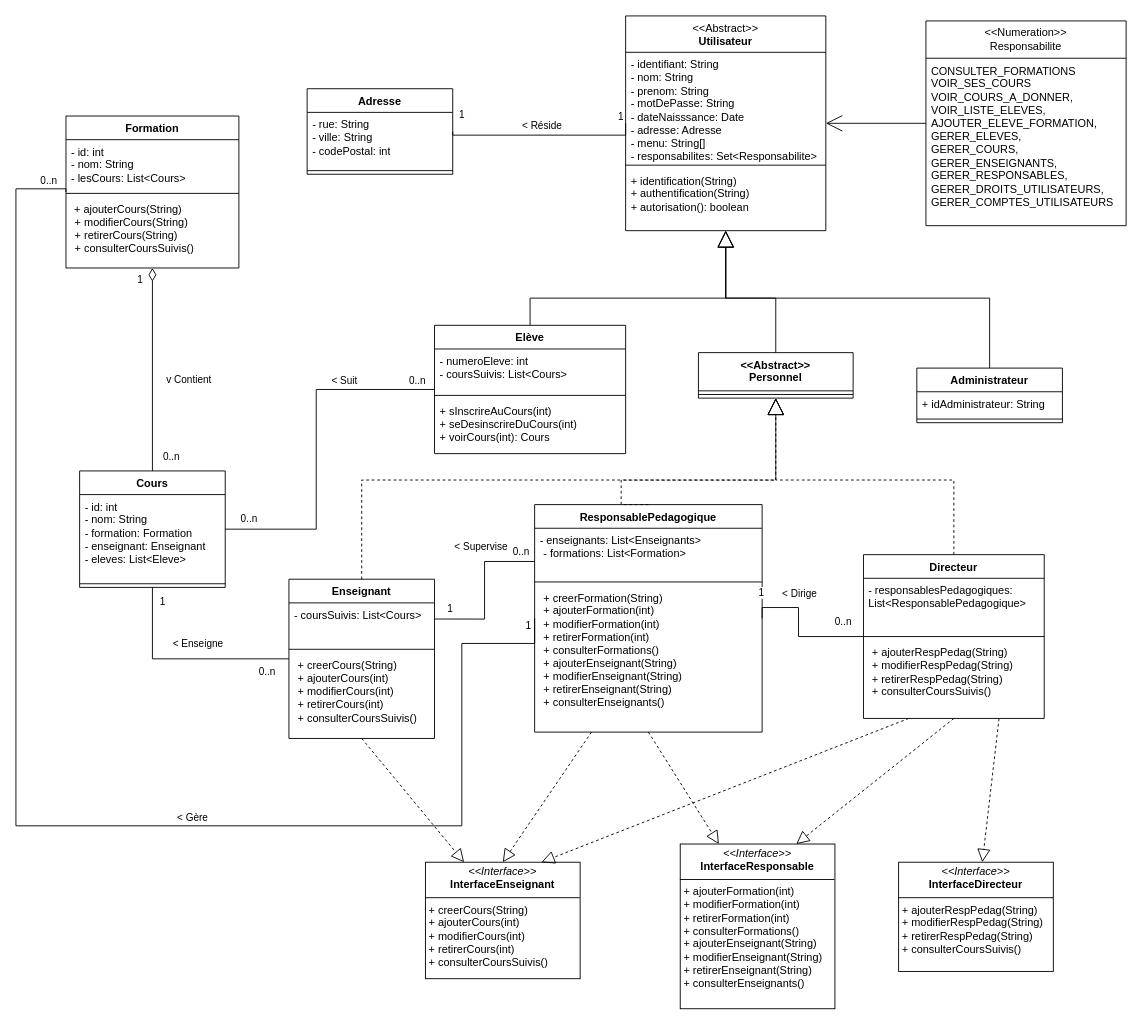
Earlier version of the draw.io diagram DiagrammeClasse.drawio (severinehmfms/UML_Ecole). Source tidied: cells renumbered, new cells numbered last; positions are measured from the earlier drawing's top-left corner, leaving out a move shared by most shapes. Both pictures are drawn from the tidied source at 91%, with x=0, y=0 at pixel (15, 15).
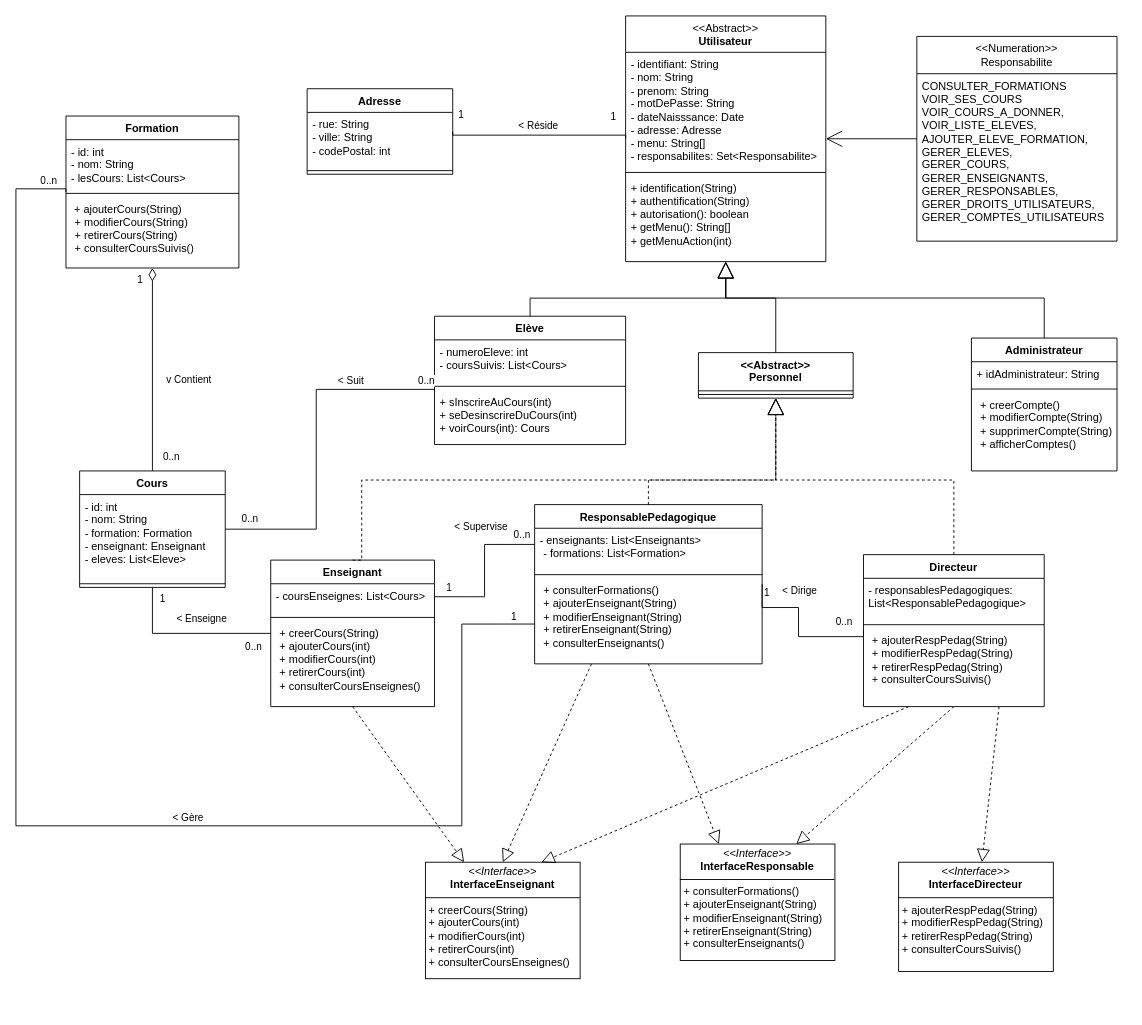
Above is the later version.

Commit message (it also covers changes not shown here):
Création de cours dans le diagramme de classes

The change refers to these unchanged cells:
```xml
<mxCell id="43" style="edgeStyle=orthogonalEdgeStyle;rounded=0;jettySize=auto;html=1;exitX=0;exitY=0.5;exitDx=0;exitDy=0;entryX=1;entryY=0.5;entryDx=0;entryDy=0;endArrow=none;endFill=0;" parent="1" edge="1" source="47" target="39">
  <mxGeometry relative="1" as="geometry">
    <Array as="points">
      <mxPoint x="860" y="682.1" />
      <mxPoint x="860" y="650.1" />
      <mxPoint x="820" y="650.1" />
    </Array>
  </mxGeometry>
</mxCell>
<mxCell id="51" value="Formation" style="swimlane;fontStyle=1;align=center;verticalAlign=top;horizontal=1;startSize=26;whiteSpace=wrap;html=1;" parent="1" vertex="1">
  <mxGeometry x="55" y="110" width="190" height="167" as="geometry" />
</mxCell>
<mxCell id="71" value="&lt;div&gt;&amp;lt;&amp;lt;Abstract&amp;gt;&amp;gt;&lt;/div&gt;Personnel" style="swimlane;fontStyle=1;align=center;verticalAlign=top;horizontal=1;startSize=42;whiteSpace=wrap;html=1;" parent="1" vertex="1">
  <mxGeometry x="750" y="370" width="170" height="50" as="geometry" />
</mxCell>
```

Change to the diagram source:
```diff
@@
     <mxCell id="2" value="Elève" style="swimlane;fontStyle=1;align=center;verticalAlign=top;horizontal=1;startSize=26;whiteSpace=wrap;html=1;" parent="1" vertex="1">
-      <mxGeometry x="460" y="340" width="210" height="141" as="geometry" />
+      <mxGeometry x="460" y="330" width="210" height="141" as="geometry" />
     </mxCell>
@@
     <mxCell id="16" value="Administrateur" style="swimlane;fontStyle=1;align=center;verticalAlign=top;horizontal=1;startSize=26;whiteSpace=wrap;html=1;" parent="1" vertex="1">
-      <mxGeometry x="990" y="387" width="160" height="60" as="geometry" />
+      <mxGeometry x="1050" y="354" width="160" height="146" as="geometry" />
     </mxCell>
@@
+    <mxCell id="81" value="&lt;div&gt;&lt;p style=&quot;margin: 0px 0px 0px 4px;&quot;&gt;+ creerCompte()&lt;/p&gt;&lt;p style=&quot;margin: 0px 0px 0px 4px;&quot;&gt;+ modifierCompte(String)&lt;/p&gt;&lt;p style=&quot;margin: 0px 0px 0px 4px;&quot;&gt;+ supprimerCompte(String)&lt;/p&gt;&lt;p style=&quot;margin: 0px 0px 0px 4px;&quot;&gt;+ afficherComptes()&lt;/p&gt;&lt;/div&gt;" style="text;strokeColor=none;fillColor=none;align=left;verticalAlign=top;spacingLeft=4;spacingRight=4;overflow=hidden;whiteSpace=wrap;html=1;" parent="16" vertex="1">
+      <mxGeometry y="60" width="160" height="86" as="geometry" />
+    </mxCell>
     <mxCell id="19" value="&lt;div&gt;&lt;span style=&quot;font-weight: normal;&quot;&gt;&amp;lt;&amp;lt;Abstract&amp;gt;&amp;gt;&lt;/span&gt;&lt;/div&gt;Utilisateur" style="swimlane;fontStyle=1;align=center;verticalAlign=top;horizontal=1;startSize=40;whiteSpace=wrap;html=1;" parent="1" vertex="1">
-      <mxGeometry x="670" width="220" height="236" as="geometry" />
+      <mxGeometry x="670" width="220" height="270" as="geometry" />
     </mxCell>
     <mxCell id="20" value="&lt;div&gt;&lt;span style=&quot;background-color: transparent; color: light-dark(rgb(0, 0, 0), rgb(255, 255, 255));&quot;&gt;- identifiant: String&lt;/span&gt;&lt;/div&gt;&lt;div&gt;&lt;span style=&quot;background-color: transparent; color: light-dark(rgb(0, 0, 0), rgb(255, 255, 255));&quot;&gt;- nom: String&lt;/span&gt;&lt;/div&gt;&lt;div&gt;- prenom: String&lt;/div&gt;&lt;div&gt;- motDePasse: String&lt;/div&gt;&lt;div&gt;- dateNaisssance: Date&lt;/div&gt;&lt;div&gt;- adresse: Adresse&lt;/div&gt;&lt;div&gt;- menu: String[]&lt;/div&gt;&lt;div&gt;- responsabilites:&amp;nbsp;Set&amp;lt;Responsabilite&amp;gt;&lt;/div&gt;" style="text;strokeColor=none;fillColor=none;align=left;verticalAlign=top;spacingLeft=4;spacingRight=4;overflow=hidden;whiteSpace=wrap;html=1;" parent="19" vertex="1">
-      <mxGeometry y="40" width="220" height="120" as="geometry" />
+      <mxGeometry y="40" width="220" height="128" as="geometry" />
     </mxCell>
     <mxCell id="21" style="line;strokeWidth=1;fillColor=none;align=left;verticalAlign=middle;spacingTop=-1;spacingLeft=3;spacingRight=3;labelPosition=right;strokeColor=inherit;" parent="19" vertex="1">
-      <mxGeometry y="160" width="220" height="8" as="geometry" />
+      <mxGeometry y="168" width="220" height="8" as="geometry" />
     </mxCell>
-    <mxCell id="22" value="&lt;div&gt;&lt;span style=&quot;background-color: transparent; color: light-dark(rgb(0, 0, 0), rgb(255, 255, 255));&quot;&gt;+ identification(String)&lt;/span&gt;&lt;/div&gt;&lt;div&gt;+ authentification(String)&lt;/div&gt;&lt;div&gt;+ autorisation(): boolean&lt;/div&gt;" style="text;strokeColor=none;fillColor=none;align=left;verticalAlign=top;spacingLeft=4;spacingRight=4;overflow=hidden;whiteSpace=wrap;html=1;" parent="19" vertex="1">
-      <mxGeometry y="168" width="220" height="68" as="geometry" />
+    <mxCell id="22" value="&lt;div&gt;&lt;span style=&quot;background-color: transparent; color: light-dark(rgb(0, 0, 0), rgb(255, 255, 255));&quot;&gt;+ identification(String)&lt;/span&gt;&lt;/div&gt;&lt;div&gt;+ authentification(String)&lt;/div&gt;&lt;div&gt;+ autorisation(): boolean&lt;/div&gt;&lt;div&gt;+ getMenu(): String[]&lt;/div&gt;&lt;div&gt;+ getMenuAction(int)&lt;/div&gt;" style="text;strokeColor=none;fillColor=none;align=left;verticalAlign=top;spacingLeft=4;spacingRight=4;overflow=hidden;whiteSpace=wrap;html=1;" parent="19" vertex="1">
+      <mxGeometry y="176" width="220" height="94" as="geometry" />
     </mxCell>
@@
     <mxCell id="27" value="Enseignant" style="swimlane;fontStyle=1;align=center;verticalAlign=top;horizontal=1;startSize=26;whiteSpace=wrap;html=1;" parent="1" vertex="1">
-      <mxGeometry x="300" y="619" width="160" height="175" as="geometry" />
+      <mxGeometry x="280" y="598" width="180" height="161" as="geometry" />
     </mxCell>
-    <mxCell id="28" value="&lt;div&gt;- coursSuivis: List&amp;lt;Cours&amp;gt;&lt;/div&gt;" style="text;strokeColor=none;fillColor=none;align=left;verticalAlign=top;spacingLeft=4;spacingRight=4;overflow=hidden;whiteSpace=wrap;html=1;" parent="27" vertex="1">
-      <mxGeometry y="26" width="160" height="47" as="geometry" />
+    <mxCell id="28" value="&lt;div&gt;- coursEnseignes: List&amp;lt;Cours&amp;gt;&lt;/div&gt;" style="text;strokeColor=none;fillColor=none;align=left;verticalAlign=top;spacingLeft=4;spacingRight=4;overflow=hidden;whiteSpace=wrap;html=1;" parent="27" vertex="1">
+      <mxGeometry y="26" width="180" height="33" as="geometry" />
     </mxCell>
     <mxCell id="29" style="line;strokeWidth=1;fillColor=none;align=left;verticalAlign=middle;spacingTop=-1;spacingLeft=3;spacingRight=3;labelPosition=right;strokeColor=inherit;" parent="27" vertex="1">
-      <mxGeometry y="73" width="160" height="8" as="geometry" />
+      <mxGeometry y="59" width="180" height="8" as="geometry" />
     </mxCell>
-    <mxCell id="30" value="&lt;div&gt;&lt;p style=&quot;margin: 0px 0px 0px 4px;&quot;&gt;+ creerCours(String)&lt;/p&gt;&lt;p style=&quot;margin: 0px 0px 0px 4px;&quot;&gt;+ ajouterCours(int)&lt;/p&gt;&lt;p style=&quot;margin: 0px 0px 0px 4px;&quot;&gt;+ modifierCours(int)&lt;/p&gt;&lt;p style=&quot;margin: 0px 0px 0px 4px;&quot;&gt;+ retirerCours(int)&lt;/p&gt;&lt;p style=&quot;margin: 0px 0px 0px 4px;&quot;&gt;+ consulterCoursSuivis()&lt;/p&gt;&lt;/div&gt;" style="text;strokeColor=none;fillColor=none;align=left;verticalAlign=top;spacingLeft=4;spacingRight=4;overflow=hidden;whiteSpace=wrap;html=1;" parent="27" vertex="1">
-      <mxGeometry y="81" width="160" height="94" as="geometry" />
+    <mxCell id="30" value="&lt;div&gt;&lt;p style=&quot;margin: 0px 0px 0px 4px;&quot;&gt;+ creerCours(String)&lt;/p&gt;&lt;p style=&quot;margin: 0px 0px 0px 4px;&quot;&gt;+ ajouterCours(int)&lt;/p&gt;&lt;p style=&quot;margin: 0px 0px 0px 4px;&quot;&gt;+ modifierCours(int)&lt;/p&gt;&lt;p style=&quot;margin: 0px 0px 0px 4px;&quot;&gt;+ retirerCours(int)&lt;/p&gt;&lt;p style=&quot;margin: 0px 0px 0px 4px;&quot;&gt;+ consulterCoursEnseignes()&lt;/p&gt;&lt;/div&gt;" style="text;strokeColor=none;fillColor=none;align=left;verticalAlign=top;spacingLeft=4;spacingRight=4;overflow=hidden;whiteSpace=wrap;html=1;" parent="27" vertex="1">
+      <mxGeometry y="67" width="180" height="94" as="geometry" />
     </mxCell>
-    <mxCell id="31" style="edgeStyle=orthogonalEdgeStyle;rounded=0;jettySize=auto;html=1;exitX=0;exitY=0.5;exitDx=0;exitDy=0;entryX=0;entryY=0.5;entryDx=0;entryDy=0;startArrow=none;startFill=0;endArrow=none;endFill=0;" parent="1" edge="1" source="39" target="51">
+    <mxCell id="31" style="edgeStyle=orthogonalEdgeStyle;rounded=0;jettySize=auto;html=1;exitX=0;exitY=0.75;exitDx=0;exitDy=0;entryX=0;entryY=0.5;entryDx=0;entryDy=0;startArrow=none;startFill=0;endArrow=none;endFill=0;" parent="1" edge="1" source="39" target="51">
       <mxGeometry relative="1" as="geometry">
         <Array as="points">
-          <mxPoint x="490" y="689.6" />
+          <mxPoint x="490" y="668.3" />
           <mxPoint x="490" y="890" />
           <mxPoint y="890" />
           <mxPoint y="190" />
           <mxPoint x="55" y="190" />
         </Array>
       </mxGeometry>
     </mxCell>
@@
     <mxCell id="39" value="ResponsablePedagogique" style="swimlane;fontStyle=1;align=center;verticalAlign=top;horizontal=1;startSize=26;whiteSpace=wrap;html=1;" parent="1" vertex="1">
-      <mxGeometry x="570" y="537" width="250" height="250" as="geometry" />
+      <mxGeometry x="570" y="537" width="250" height="175" as="geometry" />
     </mxCell>
     <mxCell id="40" value="&lt;div&gt;&lt;span style=&quot;background-color: transparent; color: light-dark(rgb(0, 0, 0), rgb(255, 255, 255));&quot;&gt;- enseignants: List&amp;lt;Enseignants&amp;gt;&lt;/span&gt;&lt;div&gt;&lt;p style=&quot;margin: 0px 0px 0px 4px;&quot;&gt;- formations: List&amp;lt;Formation&amp;gt;&lt;/p&gt;&lt;/div&gt;&lt;/div&gt;" style="text;strokeColor=none;fillColor=none;align=left;verticalAlign=top;spacingLeft=4;spacingRight=4;overflow=hidden;whiteSpace=wrap;html=1;" parent="39" vertex="1">
-      <mxGeometry y="26" width="250" height="55" as="geometry" />
+      <mxGeometry y="26" width="250" height="47" as="geometry" />
     </mxCell>
     <mxCell id="41" style="line;strokeWidth=1;fillColor=none;align=left;verticalAlign=middle;spacingTop=-1;spacingLeft=3;spacingRight=3;labelPosition=right;strokeColor=inherit;" parent="39" vertex="1">
-      <mxGeometry y="81" width="250" height="8" as="geometry" />
+      <mxGeometry y="73" width="250" height="8" as="geometry" />
     </mxCell>
-    <mxCell id="42" value="&lt;p style=&quot;margin: 0px 0px 0px 4px;&quot;&gt;+ creerFormation(String)&lt;/p&gt;&lt;p style=&quot;margin: 0px 0px 0px 4px;&quot;&gt;+ ajouterFormation(int)&lt;/p&gt;&lt;p style=&quot;margin: 0px 0px 0px 4px;&quot;&gt;+ modifierFormation(int)&lt;/p&gt;&lt;p style=&quot;margin: 0px 0px 0px 4px;&quot;&gt;+ retirerFormation(int)&lt;/p&gt;&lt;p style=&quot;margin: 0px 0px 0px 4px;&quot;&gt;+ consulterFormations()&lt;/p&gt;&lt;p style=&quot;margin: 0px 0px 0px 4px;&quot;&gt;+ ajouterEnseignant(String)&lt;/p&gt;&lt;p style=&quot;margin: 0px 0px 0px 4px;&quot;&gt;+ modifierEnseignant(String)&lt;/p&gt;&lt;p style=&quot;margin: 0px 0px 0px 4px;&quot;&gt;+ retirerEnseignant(String)&lt;/p&gt;&lt;p style=&quot;margin: 0px 0px 0px 4px;&quot;&gt;+ consulterEnseignants()&lt;/p&gt;" style="text;strokeColor=none;fillColor=none;align=left;verticalAlign=top;spacingLeft=4;spacingRight=4;overflow=hidden;whiteSpace=wrap;html=1;" parent="39" vertex="1">
-      <mxGeometry y="89" width="250" height="161" as="geometry" />
+    <mxCell id="42" value="&lt;p style=&quot;margin: 0px 0px 0px 4px;&quot;&gt;&lt;span style=&quot;background-color: transparent; color: light-dark(rgb(0, 0, 0), rgb(255, 255, 255));&quot;&gt;+ consulterFormations()&lt;/span&gt;&lt;/p&gt;&lt;p style=&quot;margin: 0px 0px 0px 4px;&quot;&gt;+ ajouterEnseignant(String)&lt;/p&gt;&lt;p style=&quot;margin: 0px 0px 0px 4px;&quot;&gt;+ modifierEnseignant(String)&lt;/p&gt;&lt;p style=&quot;margin: 0px 0px 0px 4px;&quot;&gt;+ retirerEnseignant(String)&lt;/p&gt;&lt;p style=&quot;margin: 0px 0px 0px 4px;&quot;&gt;+ consulterEnseignants()&lt;/p&gt;" style="text;strokeColor=none;fillColor=none;align=left;verticalAlign=top;spacingLeft=4;spacingRight=4;overflow=hidden;whiteSpace=wrap;html=1;" parent="39" vertex="1">
+      <mxGeometry y="81" width="250" height="94" as="geometry" />
     </mxCell>
@@
     <mxCell id="44" value="1" style="edgeLabel;html=1;align=center;verticalAlign=middle;" parent="43" vertex="1">
       <mxGeometry x="0.71" relative="1" as="geometry">
-        <mxPoint x="-12" y="-17" as="offset" />
+        <mxPoint x="4" y="-17" as="offset" />
       </mxGeometry>
     </mxCell>
@@
     <mxCell id="47" value="Directeur" style="swimlane;fontStyle=1;align=center;verticalAlign=top;horizontal=1;startSize=26;whiteSpace=wrap;html=1;" parent="1" vertex="1">
-      <mxGeometry x="931.4" y="592" width="198.6" height="180" as="geometry" />
+      <mxGeometry x="931.4" y="592" width="198.6" height="167" as="geometry" />
     </mxCell>
     <mxCell id="48" value="&lt;div&gt;- responsablesPedagogiques: List&amp;lt;ResponsablePedagogique&amp;gt;&lt;/div&gt;" style="text;strokeColor=none;fillColor=none;align=left;verticalAlign=top;spacingLeft=4;spacingRight=4;overflow=hidden;whiteSpace=wrap;html=1;" parent="47" vertex="1">
-      <mxGeometry y="26" width="198.6" height="60" as="geometry" />
+      <mxGeometry y="26" width="198.6" height="47" as="geometry" />
     </mxCell>
     <mxCell id="49" style="line;strokeWidth=1;fillColor=none;align=left;verticalAlign=middle;spacingTop=-1;spacingLeft=3;spacingRight=3;labelPosition=right;strokeColor=inherit;" parent="47" vertex="1">
-      <mxGeometry y="86" width="198.6" height="8" as="geometry" />
+      <mxGeometry y="73" width="198.6" height="8" as="geometry" />
     </mxCell>
     <mxCell id="50" value="&lt;div&gt;&lt;p style=&quot;margin: 0px 0px 0px 4px;&quot;&gt;&lt;span style=&quot;background-color: transparent; color: light-dark(rgb(0, 0, 0), rgb(255, 255, 255));&quot;&gt;+ ajouterRespPedag(&lt;/span&gt;String&lt;span style=&quot;background-color: transparent; color: light-dark(rgb(0, 0, 0), rgb(255, 255, 255));&quot;&gt;)&lt;/span&gt;&lt;/p&gt;&lt;p style=&quot;margin: 0px 0px 0px 4px;&quot;&gt;+ modifierRespPedag(String)&lt;/p&gt;&lt;p style=&quot;margin: 0px 0px 0px 4px;&quot;&gt;+ retirerRespPedag(String)&lt;/p&gt;&lt;p style=&quot;margin: 0px 0px 0px 4px;&quot;&gt;+ consulterCoursSuivis()&lt;/p&gt;&lt;/div&gt;" style="text;strokeColor=none;fillColor=none;align=left;verticalAlign=top;spacingLeft=4;spacingRight=4;overflow=hidden;whiteSpace=wrap;html=1;" parent="47" vertex="1">
-      <mxGeometry y="94" width="198.6" height="86" as="geometry" />
+      <mxGeometry y="81" width="198.6" height="86" as="geometry" />
     </mxCell>
@@
-    <mxCell id="62" value="&lt;p style=&quot;margin:0px;margin-top:4px;text-align:center;&quot;&gt;&lt;i&gt;&amp;lt;&amp;lt;Interface&amp;gt;&amp;gt;&lt;/i&gt;&lt;br&gt;&lt;b&gt;InterfaceEnseignant&lt;/b&gt;&lt;/p&gt;&lt;hr size=&quot;1&quot; style=&quot;border-style:solid;&quot;&gt;&lt;p style=&quot;margin:0px;margin-left:4px;&quot;&gt;+ creerCours(String)&lt;/p&gt;&lt;p style=&quot;margin:0px;margin-left:4px;&quot;&gt;+ ajouterCours(int)&lt;/p&gt;&lt;p style=&quot;margin: 0px 0px 0px 4px;&quot;&gt;+ modifierCours(int)&lt;/p&gt;&lt;p style=&quot;margin: 0px 0px 0px 4px;&quot;&gt;+ retirerCours(int)&lt;/p&gt;&lt;p style=&quot;margin: 0px 0px 0px 4px;&quot;&gt;+ consulterCoursSuivis()&lt;/p&gt;" style="verticalAlign=top;align=left;overflow=fill;html=1;whiteSpace=wrap;" parent="1" vertex="1">
+    <mxCell id="62" value="&lt;p style=&quot;margin:0px;margin-top:4px;text-align:center;&quot;&gt;&lt;i&gt;&amp;lt;&amp;lt;Interface&amp;gt;&amp;gt;&lt;/i&gt;&lt;br&gt;&lt;b&gt;InterfaceEnseignant&lt;/b&gt;&lt;/p&gt;&lt;hr size=&quot;1&quot; style=&quot;border-style:solid;&quot;&gt;&lt;p style=&quot;margin:0px;margin-left:4px;&quot;&gt;+ creerCours(String)&lt;/p&gt;&lt;p style=&quot;margin:0px;margin-left:4px;&quot;&gt;+ ajouterCours(int)&lt;/p&gt;&lt;p style=&quot;margin: 0px 0px 0px 4px;&quot;&gt;+ modifierCours(int)&lt;/p&gt;&lt;p style=&quot;margin: 0px 0px 0px 4px;&quot;&gt;+ retirerCours(int)&lt;/p&gt;&lt;p style=&quot;margin: 0px 0px 0px 4px;&quot;&gt;+&amp;nbsp;&lt;span style=&quot;background-color: transparent; color: light-dark(rgb(0, 0, 0), rgb(255, 255, 255));&quot;&gt;consulterCoursEnseignes()&lt;/span&gt;&lt;/p&gt;" style="verticalAlign=top;align=left;overflow=fill;html=1;whiteSpace=wrap;" parent="1" vertex="1">
       <mxGeometry x="450" y="930" width="170" height="128" as="geometry" />
     </mxCell>
-    <mxCell id="63" value="&lt;p style=&quot;margin:0px;margin-top:4px;text-align:center;&quot;&gt;&lt;i&gt;&amp;lt;&amp;lt;Interface&amp;gt;&amp;gt;&lt;/i&gt;&lt;br&gt;&lt;b&gt;InterfaceResponsable&lt;/b&gt;&lt;/p&gt;&lt;hr size=&quot;1&quot; style=&quot;border-style:solid;&quot;&gt;&lt;p style=&quot;margin:0px;margin-left:4px;&quot;&gt;+ ajouterFormation(int)&lt;/p&gt;&lt;p style=&quot;margin:0px;margin-left:4px;&quot;&gt;+ modifierFormation(int)&lt;/p&gt;&lt;p style=&quot;margin:0px;margin-left:4px;&quot;&gt;+ retirerFormation(int)&lt;/p&gt;&lt;p style=&quot;margin:0px;margin-left:4px;&quot;&gt;+ consulterFormations()&lt;/p&gt;&lt;p style=&quot;margin: 0px 0px 0px 4px;&quot;&gt;+ ajouterEnseignant(String)&lt;/p&gt;&lt;p style=&quot;margin: 0px 0px 0px 4px;&quot;&gt;+ modifierEnseignant(String)&lt;/p&gt;&lt;p style=&quot;margin: 0px 0px 0px 4px;&quot;&gt;+ retirerEnseignant(String)&lt;/p&gt;&lt;p style=&quot;margin: 0px 0px 0px 4px;&quot;&gt;+ consulterEnseignants()&lt;/p&gt;" style="verticalAlign=top;align=left;overflow=fill;html=1;whiteSpace=wrap;" parent="1" vertex="1">
-      <mxGeometry x="730" y="910" width="170" height="181" as="geometry" />
+    <mxCell id="63" value="&lt;p style=&quot;margin:0px;margin-top:4px;text-align:center;&quot;&gt;&lt;i&gt;&amp;lt;&amp;lt;Interface&amp;gt;&amp;gt;&lt;/i&gt;&lt;br&gt;&lt;b&gt;InterfaceResponsable&lt;/b&gt;&lt;/p&gt;&lt;hr size=&quot;1&quot; style=&quot;border-style:solid;&quot;&gt;&lt;p style=&quot;margin:0px;margin-left:4px;&quot;&gt;&lt;span style=&quot;background-color: transparent; color: light-dark(rgb(0, 0, 0), rgb(255, 255, 255));&quot;&gt;+ consulterFormations()&lt;/span&gt;&lt;/p&gt;&lt;p style=&quot;margin: 0px 0px 0px 4px;&quot;&gt;+ ajouterEnseignant(String)&lt;/p&gt;&lt;p style=&quot;margin: 0px 0px 0px 4px;&quot;&gt;+ modifierEnseignant(String)&lt;/p&gt;&lt;p style=&quot;margin: 0px 0px 0px 4px;&quot;&gt;+ retirerEnseignant(String)&lt;/p&gt;&lt;p style=&quot;margin: 0px 0px 0px 4px;&quot;&gt;+ consulterEnseignants()&lt;/p&gt;" style="verticalAlign=top;align=left;overflow=fill;html=1;whiteSpace=wrap;" parent="1" vertex="1">
+      <mxGeometry x="730" y="910" width="170" height="128" as="geometry" />
     </mxCell>
@@
     <mxCell id="75" style="endArrow=block;dashed=1;endFill=0;endSize=16;html=1;rounded=0;exitX=0.5;exitY=0;exitDx=0;exitDy=0;edgeStyle=orthogonalEdgeStyle;entryX=0.5;entryY=1;entryDx=0;entryDy=0;" parent="1" edge="1" source="39" target="71">
       <mxGeometry relative="1" as="geometry">
         <Array as="points">
-          <mxPoint x="665.1" y="510.1" />
-          <mxPoint x="835.1" y="510.1" />
+          <mxPoint x="695" y="510" />
+          <mxPoint x="835" y="510" />
         </Array>
       </mxGeometry>
     </mxCell>
@@
     <mxCell id="77" style="endArrow=block;endSize=16;endFill=0;html=1;rounded=0;exitX=0.5;exitY=0;exitDx=0;exitDy=0;edgeStyle=orthogonalEdgeStyle;entryX=0.5;entryY=1;entryDx=0;entryDy=0;" parent="1" edge="1" source="16" target="19">
       <mxGeometry relative="1" as="geometry">
         <Array as="points">
-          <mxPoint x="1070" y="310.1" />
-          <mxPoint x="780" y="310.1" />
+          <mxPoint x="1130" y="310" />
+          <mxPoint x="780" y="310" />
         </Array>
       </mxGeometry>
     </mxCell>
@@
     <mxCell id="79" value="&amp;lt;&amp;lt;Numeration&amp;gt;&amp;gt;&lt;div&gt;Responsabilite&lt;/div&gt;" style="swimlane;fontStyle=0;horizontal=1;startSize=41;fillColor=none;whiteSpace=wrap;html=1;" parent="1" vertex="1">
-      <mxGeometry x="1000" y="5.5" width="220" height="225" as="geometry" />
+      <mxGeometry x="990" y="22.5" width="220" height="225" as="geometry" />
     </mxCell>
```
